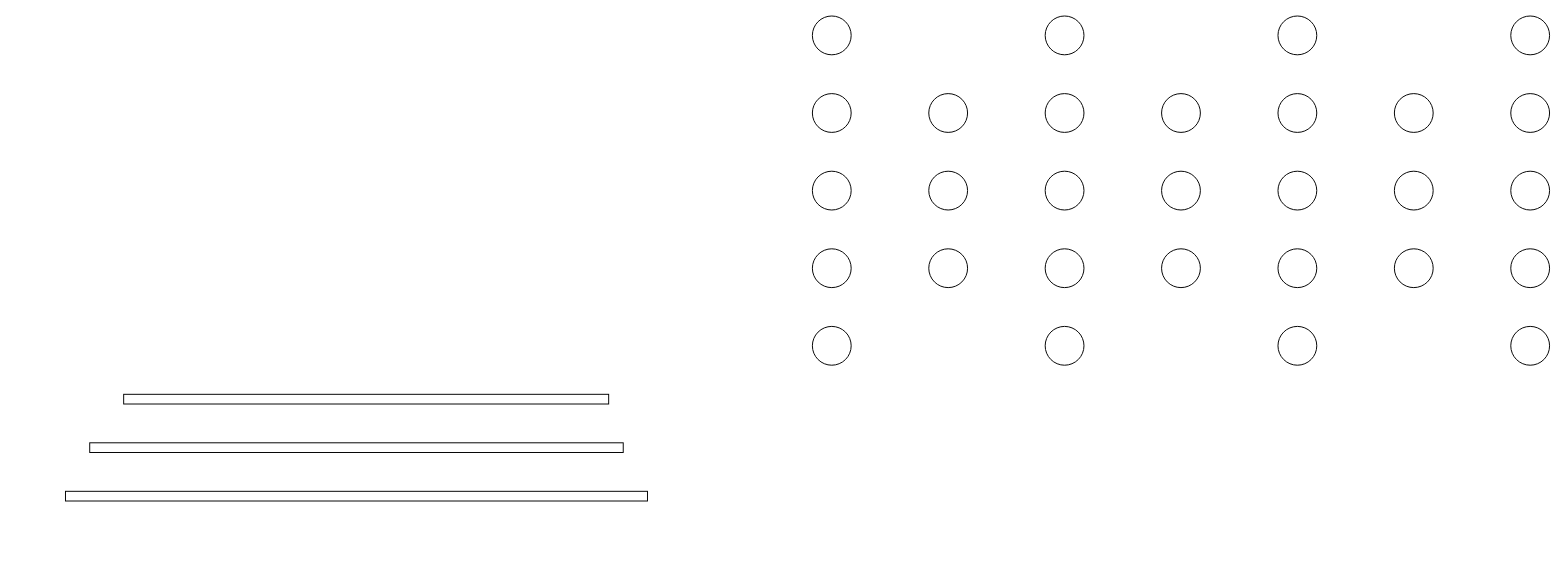
Earlier version of the draw.io diagram cracks.drawio (Dshdarkness/Timporal_is_all_U_need). Source tidied: cells renumbered, new cells numbered last; positions are measured from the earlier drawing's top-left corner, leaving out a move shared by most shapes. Both pictures are drawn from the tidied source at 97%, with x=0, y=0 at pixel (65, 16).
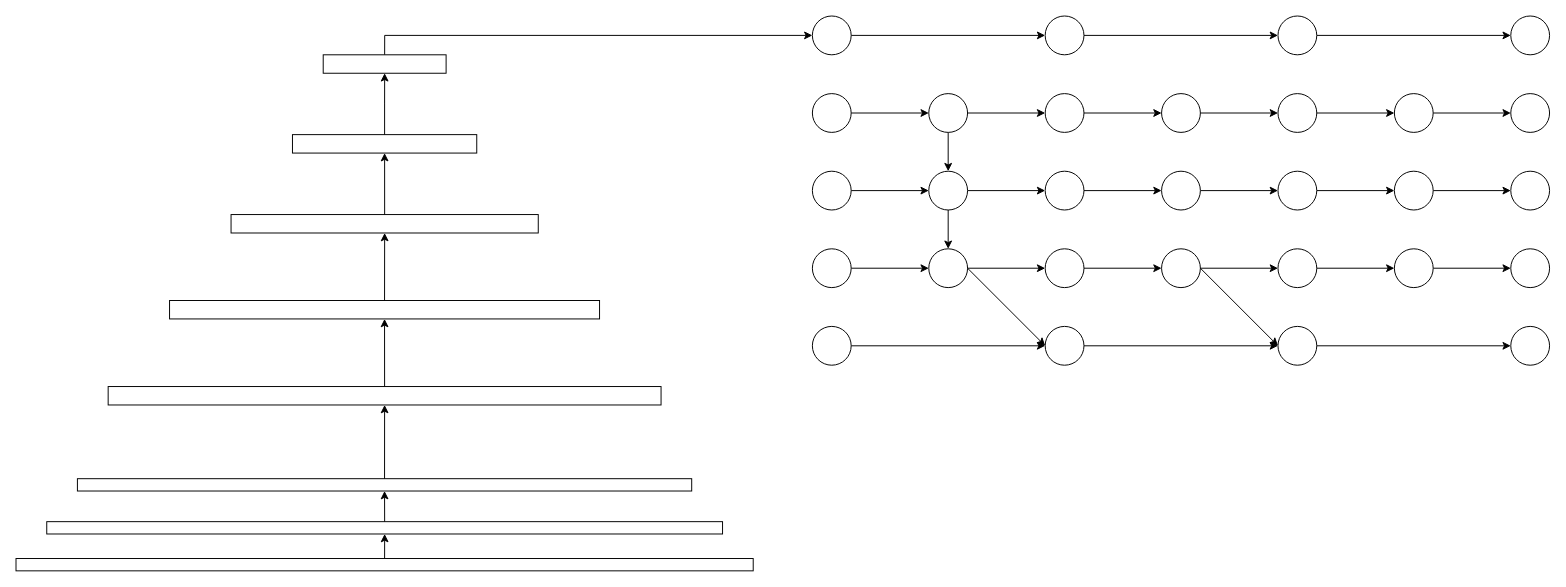
Above is the later version.

The change refers to these unchanged cells:
```xml
<mxCell id="2" style="ellipse;whiteSpace=wrap;html=1;" parent="1" vertex="1">
<mxCell id="3" style="ellipse;whiteSpace=wrap;html=1;" parent="1" vertex="1">
<mxCell id="4" style="ellipse;whiteSpace=wrap;html=1;" parent="1" vertex="1">
<mxCell id="5" style="ellipse;whiteSpace=wrap;html=1;" parent="1" vertex="1">
<mxCell id="6" style="ellipse;whiteSpace=wrap;html=1;" parent="1" vertex="1">
<mxCell id="7" style="ellipse;whiteSpace=wrap;html=1;" parent="1" vertex="1">
<mxCell id="8" style="ellipse;whiteSpace=wrap;html=1;" parent="1" vertex="1">
<mxCell id="9" style="ellipse;whiteSpace=wrap;html=1;" parent="1" vertex="1">
<mxCell id="10" style="ellipse;whiteSpace=wrap;html=1;" parent="1" vertex="1">
<mxCell id="11" style="ellipse;whiteSpace=wrap;html=1;" parent="1" vertex="1">
<mxCell id="12" style="ellipse;whiteSpace=wrap;html=1;" parent="1" vertex="1">
<mxCell id="13" style="ellipse;whiteSpace=wrap;html=1;" parent="1" vertex="1">
<mxCell id="14" style="ellipse;whiteSpace=wrap;html=1;" parent="1" vertex="1">
<mxCell id="15" style="ellipse;whiteSpace=wrap;html=1;" parent="1" vertex="1">
<mxCell id="16" style="ellipse;whiteSpace=wrap;html=1;" parent="1" vertex="1">
<mxCell id="17" style="ellipse;whiteSpace=wrap;html=1;" parent="1" vertex="1">
<mxCell id="18" style="ellipse;whiteSpace=wrap;html=1;" parent="1" vertex="1">
<mxCell id="19" style="ellipse;whiteSpace=wrap;html=1;" parent="1" vertex="1">
<mxCell id="20" style="ellipse;whiteSpace=wrap;html=1;" parent="1" vertex="1">
<mxCell id="21" style="ellipse;whiteSpace=wrap;html=1;" parent="1" vertex="1">
<mxCell id="22" style="ellipse;whiteSpace=wrap;html=1;" parent="1" vertex="1">
<mxCell id="23" style="ellipse;whiteSpace=wrap;html=1;" parent="1" vertex="1">
<mxCell id="24" style="ellipse;whiteSpace=wrap;html=1;" parent="1" vertex="1">
<mxCell id="25" style="ellipse;whiteSpace=wrap;html=1;" parent="1" vertex="1">
<mxCell id="26" style="ellipse;whiteSpace=wrap;html=1;" parent="1" vertex="1">
<mxCell id="27" style="ellipse;whiteSpace=wrap;html=1;" parent="1" vertex="1">
<mxCell id="28" style="ellipse;whiteSpace=wrap;html=1;" parent="1" vertex="1">
<mxCell id="29" style="ellipse;whiteSpace=wrap;html=1;" parent="1" vertex="1">
<mxCell id="30" style="ellipse;whiteSpace=wrap;html=1;" parent="1" vertex="1">
```

What changed in the source:
```diff
@@
+    <mxCell id="34" style="edgeStyle=orthogonalEdgeStyle;rounded=0;jettySize=auto;html=1;exitX=1;exitY=0.5;exitDx=0;exitDy=0;entryX=0;entryY=0.5;entryDx=0;entryDy=0;" parent="1" edge="1" source="2" target="10">
+      <mxGeometry relative="1" as="geometry" />
+    </mxCell>
@@
+    <mxCell id="35" style="edgeStyle=orthogonalEdgeStyle;rounded=0;jettySize=auto;html=1;exitX=1;exitY=0.5;exitDx=0;exitDy=0;entryX=0;entryY=0.5;entryDx=0;entryDy=0;" parent="1" edge="1" source="3" target="7">
+      <mxGeometry relative="1" as="geometry" />
+    </mxCell>
@@
+    <mxCell id="36" style="edgeStyle=orthogonalEdgeStyle;rounded=0;jettySize=auto;html=1;exitX=1;exitY=0.5;exitDx=0;exitDy=0;entryX=0;entryY=0.5;entryDx=0;entryDy=0;" parent="1" edge="1" source="4" target="8">
+      <mxGeometry relative="1" as="geometry" />
+    </mxCell>
@@
+    <mxCell id="37" style="edgeStyle=orthogonalEdgeStyle;rounded=0;jettySize=auto;html=1;exitX=1;exitY=0.5;exitDx=0;exitDy=0;entryX=0;entryY=0.5;entryDx=0;entryDy=0;" parent="1" edge="1" source="5" target="9">
+      <mxGeometry relative="1" as="geometry" />
+    </mxCell>
@@
+    <mxCell id="38" style="edgeStyle=orthogonalEdgeStyle;rounded=0;jettySize=auto;html=1;exitX=1;exitY=0.5;exitDx=0;exitDy=0;entryX=0;entryY=0.5;entryDx=0;entryDy=0;" parent="1" edge="1" source="6" target="14">
+      <mxGeometry relative="1" as="geometry" />
+    </mxCell>
@@
+    <mxCell id="39" style="edgeStyle=orthogonalEdgeStyle;rounded=0;jettySize=auto;html=1;exitX=1;exitY=0.5;exitDx=0;exitDy=0;entryX=0;entryY=0.5;entryDx=0;entryDy=0;" parent="1" edge="1" source="7" target="11">
+      <mxGeometry relative="1" as="geometry" />
+    </mxCell>
+    <mxCell id="40" style="edgeStyle=orthogonalEdgeStyle;rounded=0;jettySize=auto;html=1;exitX=0.5;exitY=1;exitDx=0;exitDy=0;entryX=0.5;entryY=0;entryDx=0;entryDy=0;" parent="1" edge="1" source="7" target="8">
+      <mxGeometry relative="1" as="geometry" />
+    </mxCell>
@@
+    <mxCell id="41" style="edgeStyle=orthogonalEdgeStyle;rounded=0;jettySize=auto;html=1;exitX=1;exitY=0.5;exitDx=0;exitDy=0;entryX=0;entryY=0.5;entryDx=0;entryDy=0;" parent="1" edge="1" source="8" target="12">
+      <mxGeometry relative="1" as="geometry" />
+    </mxCell>
+    <mxCell id="42" style="edgeStyle=orthogonalEdgeStyle;rounded=0;jettySize=auto;html=1;exitX=0.5;exitY=1;exitDx=0;exitDy=0;entryX=0.5;entryY=0;entryDx=0;entryDy=0;" parent="1" edge="1" source="8" target="9">
+      <mxGeometry relative="1" as="geometry" />
+    </mxCell>
@@
+    <mxCell id="43" style="edgeStyle=orthogonalEdgeStyle;rounded=0;jettySize=auto;html=1;exitX=1;exitY=0.5;exitDx=0;exitDy=0;entryX=0;entryY=0.5;entryDx=0;entryDy=0;" parent="1" edge="1" source="9" target="13">
+      <mxGeometry relative="1" as="geometry" />
+    </mxCell>
@@
+    <mxCell id="44" style="edgeStyle=orthogonalEdgeStyle;rounded=0;jettySize=auto;html=1;exitX=1;exitY=0.5;exitDx=0;exitDy=0;entryX=0;entryY=0.5;entryDx=0;entryDy=0;" parent="1" edge="1" source="10" target="18">
+      <mxGeometry relative="1" as="geometry" />
+    </mxCell>
@@
+    <mxCell id="45" style="edgeStyle=orthogonalEdgeStyle;rounded=0;jettySize=auto;html=1;exitX=1;exitY=0.5;exitDx=0;exitDy=0;entryX=0;entryY=0.5;entryDx=0;entryDy=0;" parent="1" edge="1" source="11" target="15">
+      <mxGeometry relative="1" as="geometry" />
+    </mxCell>
@@
+    <mxCell id="46" style="edgeStyle=orthogonalEdgeStyle;rounded=0;jettySize=auto;html=1;exitX=1;exitY=0.5;exitDx=0;exitDy=0;entryX=0;entryY=0.5;entryDx=0;entryDy=0;" parent="1" edge="1" source="12" target="16">
+      <mxGeometry relative="1" as="geometry" />
+    </mxCell>
@@
+    <mxCell id="47" style="edgeStyle=orthogonalEdgeStyle;rounded=0;jettySize=auto;html=1;exitX=1;exitY=0.5;exitDx=0;exitDy=0;entryX=0;entryY=0.5;entryDx=0;entryDy=0;" parent="1" edge="1" source="13" target="17">
+      <mxGeometry relative="1" as="geometry" />
+    </mxCell>
@@
+    <mxCell id="48" style="edgeStyle=orthogonalEdgeStyle;rounded=0;jettySize=auto;html=1;exitX=1;exitY=0.5;exitDx=0;exitDy=0;entryX=0;entryY=0.5;entryDx=0;entryDy=0;" parent="1" edge="1" source="14" target="22">
+      <mxGeometry relative="1" as="geometry" />
+    </mxCell>
@@
+    <mxCell id="49" style="edgeStyle=orthogonalEdgeStyle;rounded=0;jettySize=auto;html=1;exitX=1;exitY=0.5;exitDx=0;exitDy=0;entryX=0;entryY=0.5;entryDx=0;entryDy=0;" parent="1" edge="1" source="15" target="19">
+      <mxGeometry relative="1" as="geometry" />
+    </mxCell>
@@
+    <mxCell id="50" style="edgeStyle=orthogonalEdgeStyle;rounded=0;jettySize=auto;html=1;exitX=1;exitY=0.5;exitDx=0;exitDy=0;entryX=0;entryY=0.5;entryDx=0;entryDy=0;" parent="1" edge="1" source="16" target="20">
+      <mxGeometry relative="1" as="geometry" />
+    </mxCell>
@@
+    <mxCell id="51" style="edgeStyle=orthogonalEdgeStyle;rounded=0;jettySize=auto;html=1;exitX=1;exitY=0.5;exitDx=0;exitDy=0;entryX=0;entryY=0.5;entryDx=0;entryDy=0;" parent="1" edge="1" source="17" target="21">
+      <mxGeometry relative="1" as="geometry" />
+    </mxCell>
@@
+    <mxCell id="52" style="edgeStyle=orthogonalEdgeStyle;rounded=0;jettySize=auto;html=1;exitX=1;exitY=0.5;exitDx=0;exitDy=0;entryX=0;entryY=0.5;entryDx=0;entryDy=0;" parent="1" edge="1" source="18" target="26">
+      <mxGeometry relative="1" as="geometry" />
+    </mxCell>
@@
+    <mxCell id="53" style="edgeStyle=orthogonalEdgeStyle;rounded=0;jettySize=auto;html=1;exitX=1;exitY=0.5;exitDx=0;exitDy=0;entryX=0;entryY=0.5;entryDx=0;entryDy=0;" parent="1" edge="1" source="19" target="23">
+      <mxGeometry relative="1" as="geometry" />
+    </mxCell>
@@
+    <mxCell id="54" style="edgeStyle=orthogonalEdgeStyle;rounded=0;jettySize=auto;html=1;exitX=1;exitY=0.5;exitDx=0;exitDy=0;entryX=0;entryY=0.5;entryDx=0;entryDy=0;" parent="1" edge="1" source="20" target="24">
+      <mxGeometry relative="1" as="geometry" />
+    </mxCell>
@@
+    <mxCell id="55" style="edgeStyle=orthogonalEdgeStyle;rounded=0;jettySize=auto;html=1;exitX=1;exitY=0.5;exitDx=0;exitDy=0;entryX=0;entryY=0.5;entryDx=0;entryDy=0;" parent="1" edge="1" source="21" target="25">
+      <mxGeometry relative="1" as="geometry" />
+    </mxCell>
@@
+    <mxCell id="56" style="edgeStyle=orthogonalEdgeStyle;rounded=0;jettySize=auto;html=1;exitX=1;exitY=0.5;exitDx=0;exitDy=0;entryX=0;entryY=0.5;entryDx=0;entryDy=0;" parent="1" edge="1" source="22" target="30">
+      <mxGeometry relative="1" as="geometry" />
+    </mxCell>
@@
+    <mxCell id="57" style="edgeStyle=orthogonalEdgeStyle;rounded=0;jettySize=auto;html=1;exitX=1;exitY=0.5;exitDx=0;exitDy=0;entryX=0;entryY=0.5;entryDx=0;entryDy=0;" parent="1" edge="1" source="23" target="27">
+      <mxGeometry relative="1" as="geometry" />
+    </mxCell>
@@
+    <mxCell id="58" style="edgeStyle=orthogonalEdgeStyle;rounded=0;jettySize=auto;html=1;exitX=1;exitY=0.5;exitDx=0;exitDy=0;entryX=0;entryY=0.5;entryDx=0;entryDy=0;" parent="1" edge="1" source="24" target="28">
+      <mxGeometry relative="1" as="geometry" />
+    </mxCell>
@@
+    <mxCell id="59" style="edgeStyle=orthogonalEdgeStyle;rounded=0;jettySize=auto;html=1;exitX=1;exitY=0.5;exitDx=0;exitDy=0;entryX=0;entryY=0.5;entryDx=0;entryDy=0;" parent="1" edge="1" source="25" target="29">
+      <mxGeometry relative="1" as="geometry" />
+    </mxCell>
@@
     <mxCell id="31" style="rounded=0;whiteSpace=wrap;html=1;" parent="1" vertex="1">
-      <mxGeometry y="490" width="600" height="10" as="geometry" />
+      <mxGeometry x="-51" y="559.3" width="760" height="12.7" as="geometry" />
     </mxCell>
     <mxCell id="32" style="rounded=0;whiteSpace=wrap;html=1;" parent="1" vertex="1">
-      <mxGeometry x="25" y="440" width="550" height="10" as="geometry" />
+      <mxGeometry x="-19.3" y="521.3" width="696.7" height="12.7" as="geometry" />
     </mxCell>
+    <mxCell id="60" style="edgeStyle=orthogonalEdgeStyle;rounded=0;jettySize=auto;html=1;exitX=0.5;exitY=0;exitDx=0;exitDy=0;entryX=0.5;entryY=1;entryDx=0;entryDy=0;" parent="1" edge="1" source="31" target="32">
+      <mxGeometry relative="1" as="geometry" />
+    </mxCell>
     <mxCell id="33" style="rounded=0;whiteSpace=wrap;html=1;" parent="1" vertex="1">
-      <mxGeometry x="60" y="390" width="500" height="10" as="geometry" />
+      <mxGeometry x="12.3" y="477" width="633.3" height="12.7" as="geometry" />
     </mxCell>
+    <mxCell id="61" style="edgeStyle=orthogonalEdgeStyle;rounded=0;jettySize=auto;html=1;exitX=0.5;exitY=0;exitDx=0;exitDy=0;entryX=0.5;entryY=1;entryDx=0;entryDy=0;" parent="1" edge="1" source="32" target="33">
+      <mxGeometry relative="1" as="geometry" />
+    </mxCell>
+    <mxCell id="62" style="rounded=0;whiteSpace=wrap;html=1;" parent="1" vertex="1">
+      <mxGeometry x="44" y="382" width="570" height="19" as="geometry" />
+    </mxCell>
+    <mxCell id="63" style="edgeStyle=orthogonalEdgeStyle;rounded=0;jettySize=auto;html=1;exitX=0.5;exitY=0;exitDx=0;exitDy=0;entryX=0.5;entryY=1;entryDx=0;entryDy=0;" parent="1" edge="1" source="33" target="62">
+      <mxGeometry relative="1" as="geometry" />
+    </mxCell>
+    <mxCell id="64" style="rounded=0;whiteSpace=wrap;html=1;" parent="1" vertex="1">
+      <mxGeometry x="107.3" y="293.3" width="443.3" height="19" as="geometry" />
+    </mxCell>
+    <mxCell id="65" style="edgeStyle=orthogonalEdgeStyle;rounded=0;jettySize=auto;html=1;exitX=0.5;exitY=0;exitDx=0;exitDy=0;entryX=0.5;entryY=1;entryDx=0;entryDy=0;" parent="1" edge="1" source="62" target="64">
+      <mxGeometry relative="1" as="geometry" />
+    </mxCell>
+    <mxCell id="66" style="rounded=0;whiteSpace=wrap;html=1;" parent="1" vertex="1">
+      <mxGeometry x="170.7" y="204.7" width="316.7" height="19" as="geometry" />
+    </mxCell>
+    <mxCell id="67" style="edgeStyle=orthogonalEdgeStyle;rounded=0;jettySize=auto;html=1;exitX=0.5;exitY=0;exitDx=0;exitDy=0;entryX=0.5;entryY=1;entryDx=0;entryDy=0;" parent="1" edge="1" source="64" target="66">
+      <mxGeometry relative="1" as="geometry" />
+    </mxCell>
+    <mxCell id="68" style="rounded=0;whiteSpace=wrap;html=1;" parent="1" vertex="1">
+      <mxGeometry x="234" y="122.3" width="190" height="19" as="geometry" />
+    </mxCell>
+    <mxCell id="69" style="edgeStyle=orthogonalEdgeStyle;rounded=0;jettySize=auto;html=1;exitX=0.5;exitY=0;exitDx=0;exitDy=0;entryX=0.5;entryY=1;entryDx=0;entryDy=0;" parent="1" edge="1" source="66" target="68">
+      <mxGeometry relative="1" as="geometry" />
+    </mxCell>
+    <mxCell id="70" style="edgeStyle=orthogonalEdgeStyle;rounded=0;jettySize=auto;html=1;exitX=0.5;exitY=0;exitDx=0;exitDy=0;entryX=0;entryY=0.5;entryDx=0;entryDy=0;" parent="1" edge="1" source="71" target="2">
+      <mxGeometry relative="1" as="geometry" />
+    </mxCell>
+    <mxCell id="71" style="rounded=0;whiteSpace=wrap;html=1;" parent="1" vertex="1">
+      <mxGeometry x="265.7" y="40" width="126.7" height="19" as="geometry" />
+    </mxCell>
+    <mxCell id="72" style="edgeStyle=orthogonalEdgeStyle;rounded=0;jettySize=auto;html=1;exitX=0.5;exitY=0;exitDx=0;exitDy=0;entryX=0.5;entryY=1;entryDx=0;entryDy=0;" parent="1" edge="1" source="68" target="71">
+      <mxGeometry relative="1" as="geometry" />
+    </mxCell>
+    <mxCell id="73" style="endArrow=classic;html=1;rounded=0;exitX=1;exitY=0.5;exitDx=0;exitDy=0;entryX=0;entryY=0.5;entryDx=0;entryDy=0;" parent="1" edge="1" source="9" target="14">
+      <mxGeometry relative="1" as="geometry" />
+    </mxCell>
+    <mxCell id="74" style="endArrow=classic;html=1;rounded=0;exitX=1;exitY=0.5;exitDx=0;exitDy=0;entryX=0;entryY=0.5;entryDx=0;entryDy=0;" parent="1" edge="1" source="17" target="22">
+      <mxGeometry relative="1" as="geometry" />
+    </mxCell>
```
